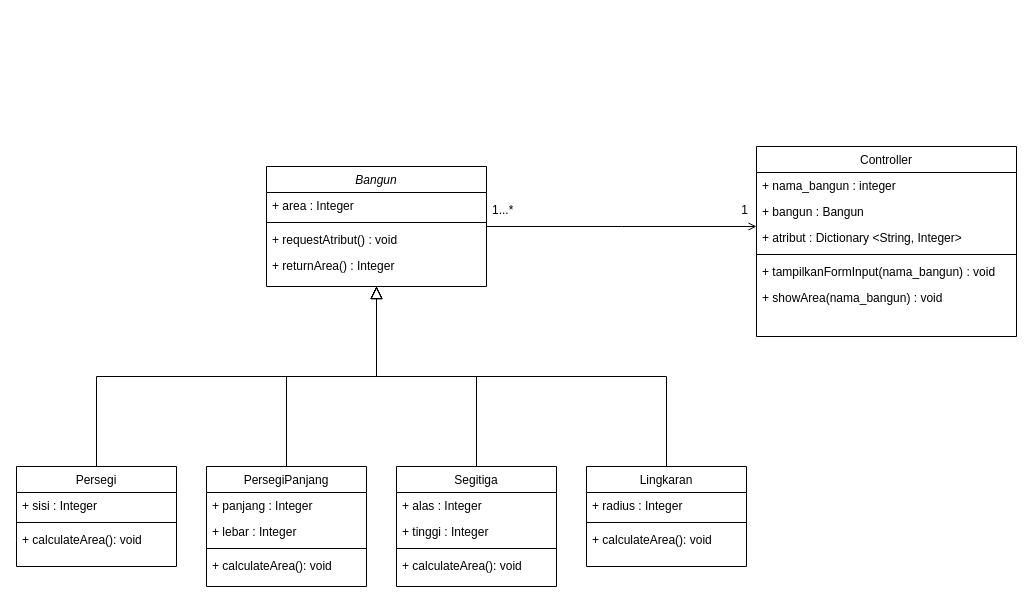
This is APS_tugas5.drawio from ahmrh/diagrams.net, a draw.io file, before an edit. Source tidied: cells renumbered, new cells numbered last; positions are measured from the earlier drawing's top-left corner, leaving out a move shared by most shapes. Both pictures are drawn from the tidied source at 100%, with x=0, y=0 at pixel (16, 146).
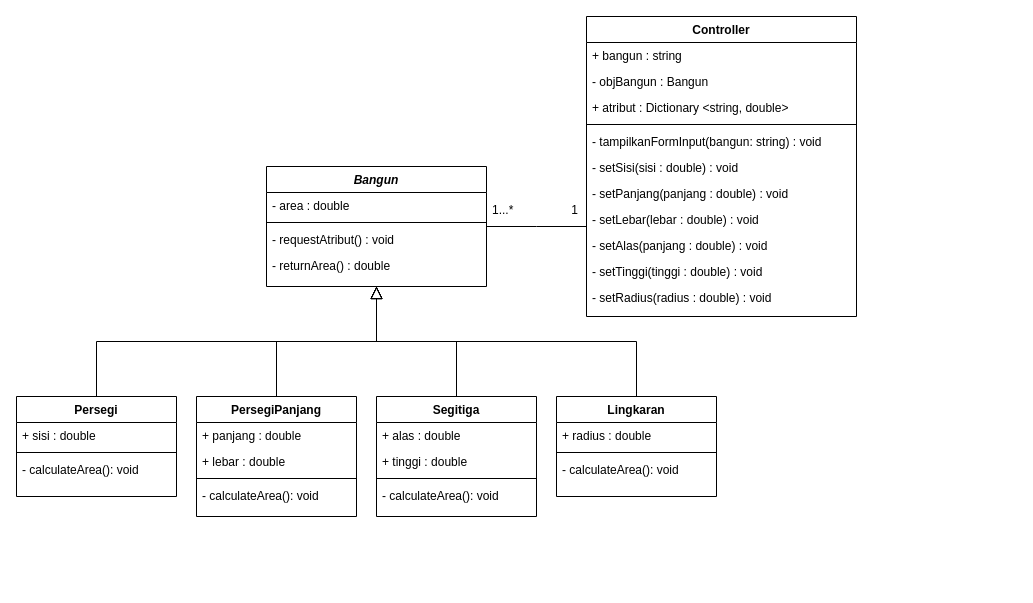
The same diagram, later.

Change to the diagram source:
```diff
@@
-    <mxCell id="2" value="PersegiPanjang" style="swimlane;fontStyle=0;align=center;verticalAlign=top;horizontal=1;startSize=26;rounded=0;shadow=0;strokeWidth=1;" parent="1" vertex="1">
-      <mxGeometry x="190" y="320" width="160" height="120" as="geometry" />
+    <mxCell id="2" value="PersegiPanjang" style="swimlane;fontStyle=1;align=center;verticalAlign=top;horizontal=1;startSize=26;rounded=0;shadow=0;strokeWidth=1;" parent="1" vertex="1">
+      <mxGeometry x="180" y="250" width="160" height="120" as="geometry" />
     </mxCell>
-    <mxCell id="3" value="+ panjang : Integer" style="text;align=left;verticalAlign=top;spacingLeft=4;spacingRight=4;overflow=hidden;" parent="2" vertex="1">
+    <mxCell id="3" value="+ panjang : double" style="text;align=left;verticalAlign=top;spacingLeft=4;spacingRight=4;overflow=hidden;" parent="2" vertex="1">
       <mxGeometry y="26" width="160" height="26" as="geometry" />
     </mxCell>
-    <mxCell id="4" value="+ lebar : Integer" style="text;align=left;verticalAlign=top;spacingLeft=4;spacingRight=4;overflow=hidden;" parent="2" vertex="1">
+    <mxCell id="4" value="+ lebar : double" style="text;align=left;verticalAlign=top;spacingLeft=4;spacingRight=4;overflow=hidden;" parent="2" vertex="1">
       <mxGeometry y="52" width="160" height="26" as="geometry" />
     </mxCell>
@@
-    <mxCell id="6" value="+ calculateArea(): void" style="text;align=left;verticalAlign=top;spacingLeft=4;spacingRight=4;overflow=hidden;fontStyle=0;" parent="2" vertex="1">
+    <mxCell id="6" value="- calculateArea(): void" style="text;align=left;verticalAlign=top;spacingLeft=4;spacingRight=4;overflow=hidden;fontStyle=0;" parent="2" vertex="1">
       <mxGeometry y="86" width="160" height="26" as="geometry" />
     </mxCell>
@@
-    <mxCell id="8" value="Controller" style="swimlane;fontStyle=0;align=center;verticalAlign=top;horizontal=1;startSize=26;rounded=0;shadow=0;strokeWidth=1;" parent="1" vertex="1">
-      <mxGeometry x="740" width="260" height="190" as="geometry" />
+    <mxCell id="8" value="Controller" style="swimlane;fontStyle=1;align=center;verticalAlign=top;horizontal=1;startSize=26;rounded=0;shadow=0;strokeWidth=1;" parent="1" vertex="1">
+      <mxGeometry x="570" y="-130" width="270" height="300" as="geometry" />
     </mxCell>
-    <mxCell id="9" value="+ nama_bangun : integer" style="text;align=left;verticalAlign=top;spacingLeft=4;spacingRight=4;overflow=hidden;" parent="8" vertex="1">
-      <mxGeometry y="26" width="260" height="26" as="geometry" />
-    </mxCell>
-    <mxCell id="10" value="+ bangun : Bangun" style="text;align=left;verticalAlign=top;spacingLeft=4;spacingRight=4;overflow=hidden;rounded=0;shadow=0;html=0;" parent="8" vertex="1">
-      <mxGeometry y="52" width="260" height="26" as="geometry" />
+    <mxCell id="10" value="+ bangun : string" style="text;align=left;verticalAlign=top;spacingLeft=4;spacingRight=4;overflow=hidden;rounded=0;shadow=0;html=0;" parent="8" vertex="1">
+      <mxGeometry y="26" width="270" height="26" as="geometry" />
     </mxCell>
+    <mxCell id="39" value="- objBangun : Bangun" style="text;align=left;verticalAlign=top;spacingLeft=4;spacingRight=4;overflow=hidden;rounded=0;shadow=0;html=0;" parent="8" vertex="1">
+      <mxGeometry y="52" width="270" height="26" as="geometry" />
+    </mxCell>
-    <mxCell id="11" value="+ atribut : Dictionary &lt;String, Integer&gt;" style="text;align=left;verticalAlign=top;spacingLeft=4;spacingRight=4;overflow=hidden;rounded=0;shadow=0;html=0;" parent="8" vertex="1">
-      <mxGeometry y="78" width="260" height="26" as="geometry" />
+    <mxCell id="11" value="+ atribut : Dictionary &lt;string, double&gt;" style="text;align=left;verticalAlign=top;spacingLeft=4;spacingRight=4;overflow=hidden;rounded=0;shadow=0;html=0;" parent="8" vertex="1">
+      <mxGeometry y="78" width="270" height="26" as="geometry" />
     </mxCell>
     <mxCell id="12" style="line;html=1;strokeWidth=1;align=left;verticalAlign=middle;spacingTop=-1;spacingLeft=3;spacingRight=3;labelPosition=right;" parent="8" vertex="1">
-      <mxGeometry y="104" width="260" height="8" as="geometry" />
+      <mxGeometry y="104" width="270" height="8" as="geometry" />
     </mxCell>
-    <mxCell id="13" value="+ tampilkanFormInput(nama_bangun) : void" style="text;align=left;verticalAlign=top;spacingLeft=4;spacingRight=4;overflow=hidden;" parent="8" vertex="1">
-      <mxGeometry y="112" width="260" height="26" as="geometry" />
+    <mxCell id="13" value="- tampilkanFormInput(bangun: string) : void" style="text;align=left;verticalAlign=top;spacingLeft=4;spacingRight=4;overflow=hidden;" parent="8" vertex="1">
+      <mxGeometry y="112" width="270" height="26" as="geometry" />
     </mxCell>
-    <mxCell id="14" value="+ showArea(nama_bangun) : void" style="text;align=left;verticalAlign=top;spacingLeft=4;spacingRight=4;overflow=hidden;" parent="8" vertex="1">
-      <mxGeometry y="138" width="260" height="26" as="geometry" />
+    <mxCell id="14" value="- setSisi(sisi : double) : void" style="text;align=left;verticalAlign=top;spacingLeft=4;spacingRight=4;overflow=hidden;" parent="8" vertex="1">
+      <mxGeometry y="138" width="270" height="26" as="geometry" />
     </mxCell>
+    <mxCell id="40" value="- setPanjang(panjang : double) : void" style="text;align=left;verticalAlign=top;spacingLeft=4;spacingRight=4;overflow=hidden;" parent="8" vertex="1">
+      <mxGeometry y="164" width="270" height="26" as="geometry" />
+    </mxCell>
+    <mxCell id="41" value="- setLebar(lebar : double) : void" style="text;align=left;verticalAlign=top;spacingLeft=4;spacingRight=4;overflow=hidden;" parent="8" vertex="1">
+      <mxGeometry y="190" width="270" height="26" as="geometry" />
+    </mxCell>
+    <mxCell id="42" value="- setAlas(panjang : double) : void" style="text;align=left;verticalAlign=top;spacingLeft=4;spacingRight=4;overflow=hidden;" parent="8" vertex="1">
+      <mxGeometry y="216" width="270" height="26" as="geometry" />
+    </mxCell>
+    <mxCell id="43" value="- setTinggi(tinggi : double) : void" style="text;align=left;verticalAlign=top;spacingLeft=4;spacingRight=4;overflow=hidden;" parent="8" vertex="1">
+      <mxGeometry y="242" width="270" height="26" as="geometry" />
+    </mxCell>
+    <mxCell id="44" value="- setRadius(radius : double) : void" style="text;align=left;verticalAlign=top;spacingLeft=4;spacingRight=4;overflow=hidden;" parent="8" vertex="1">
+      <mxGeometry y="268" width="270" height="26" as="geometry" />
+    </mxCell>
-    <mxCell id="15" style="endArrow=open;shadow=0;strokeWidth=1;rounded=0;endFill=1;edgeStyle=elbowEdgeStyle;elbow=vertical;" parent="1" edge="1" source="24" target="8">
+    <mxCell id="15" style="endArrow=none;shadow=0;strokeWidth=1;rounded=0;endFill=0;edgeStyle=elbowEdgeStyle;elbow=vertical;" parent="1" edge="1" source="24" target="8">
       <mxGeometry x="0.5" y="41" relative="1" as="geometry">
         <mxPoint x="-40" y="32" as="offset" />
       </mxGeometry>
     </mxCell>
@@
-    <mxCell id="18" value="Segitiga" style="swimlane;fontStyle=0;align=center;verticalAlign=top;horizontal=1;startSize=26;rounded=0;shadow=0;strokeWidth=1;" parent="1" vertex="1">
-      <mxGeometry x="380" y="320" width="160" height="120" as="geometry" />
+    <mxCell id="18" value="Segitiga" style="swimlane;fontStyle=1;align=center;verticalAlign=top;horizontal=1;startSize=26;rounded=0;shadow=0;strokeWidth=1;" parent="1" vertex="1">
+      <mxGeometry x="360" y="250" width="160" height="120" as="geometry" />
     </mxCell>
-    <mxCell id="19" value="+ alas : Integer" style="text;align=left;verticalAlign=top;spacingLeft=4;spacingRight=4;overflow=hidden;" parent="18" vertex="1">
+    <mxCell id="19" value="+ alas : double" style="text;align=left;verticalAlign=top;spacingLeft=4;spacingRight=4;overflow=hidden;" parent="18" vertex="1">
       <mxGeometry y="26" width="160" height="26" as="geometry" />
     </mxCell>
-    <mxCell id="20" value="+ tinggi : Integer" style="text;align=left;verticalAlign=top;spacingLeft=4;spacingRight=4;overflow=hidden;" parent="18" vertex="1">
+    <mxCell id="20" value="+ tinggi : double" style="text;align=left;verticalAlign=top;spacingLeft=4;spacingRight=4;overflow=hidden;" parent="18" vertex="1">
       <mxGeometry y="52" width="160" height="26" as="geometry" />
     </mxCell>
@@
-    <mxCell id="22" value="+ calculateArea(): void" style="text;align=left;verticalAlign=top;spacingLeft=4;spacingRight=4;overflow=hidden;fontStyle=0;" parent="18" vertex="1">
+    <mxCell id="22" value="- calculateArea(): void" style="text;align=left;verticalAlign=top;spacingLeft=4;spacingRight=4;overflow=hidden;fontStyle=0;" parent="18" vertex="1">
       <mxGeometry y="86" width="160" height="26" as="geometry" />
     </mxCell>
@@
-    <mxCell id="24" value="Bangun" style="swimlane;fontStyle=2;align=center;verticalAlign=top;horizontal=1;startSize=26;rounded=0;shadow=0;strokeWidth=1;" parent="1" vertex="1">
+    <mxCell id="24" value="Bangun" style="swimlane;fontStyle=3;align=center;verticalAlign=top;horizontal=1;startSize=26;rounded=0;shadow=0;strokeWidth=1;" parent="1" vertex="1">
       <mxGeometry x="250" y="20" width="220" height="120" as="geometry" />
     </mxCell>
-    <mxCell id="25" value="+ area : Integer" style="text;align=left;verticalAlign=top;spacingLeft=4;spacingRight=4;overflow=hidden;" parent="24" vertex="1">
+    <mxCell id="25" value="- area : double" style="text;align=left;verticalAlign=top;spacingLeft=4;spacingRight=4;overflow=hidden;" parent="24" vertex="1">
       <mxGeometry y="26" width="220" height="26" as="geometry" />
     </mxCell>
@@
-    <mxCell id="27" value="+ requestAtribut() : void" style="text;align=left;verticalAlign=top;spacingLeft=4;spacingRight=4;overflow=hidden;" parent="24" vertex="1">
+    <mxCell id="27" value="- requestAtribut() : void" style="text;align=left;verticalAlign=top;spacingLeft=4;spacingRight=4;overflow=hidden;" parent="24" vertex="1">
       <mxGeometry y="60" width="220" height="26" as="geometry" />
     </mxCell>
-    <mxCell id="28" value="+ returnArea() : Integer" style="text;align=left;verticalAlign=top;spacingLeft=4;spacingRight=4;overflow=hidden;" parent="24" vertex="1">
+    <mxCell id="28" value="- returnArea() : double" style="text;align=left;verticalAlign=top;spacingLeft=4;spacingRight=4;overflow=hidden;" parent="24" vertex="1">
       <mxGeometry y="86" width="220" height="26" as="geometry" />
     </mxCell>
-    <mxCell id="29" value="Persegi" style="swimlane;fontStyle=0;align=center;verticalAlign=top;horizontal=1;startSize=26;rounded=0;shadow=0;strokeWidth=1;" parent="1" vertex="1">
-      <mxGeometry y="320" width="160" height="100" as="geometry" />
+    <mxCell id="29" value="Persegi" style="swimlane;fontStyle=1;align=center;verticalAlign=top;horizontal=1;startSize=26;rounded=0;shadow=0;strokeWidth=1;" parent="1" vertex="1">
+      <mxGeometry y="250" width="160" height="100" as="geometry" />
     </mxCell>
-    <mxCell id="30" value="+ sisi : Integer" style="text;align=left;verticalAlign=top;spacingLeft=4;spacingRight=4;overflow=hidden;rounded=0;shadow=0;html=0;" parent="29" vertex="1">
+    <mxCell id="30" value="+ sisi : double" style="text;align=left;verticalAlign=top;spacingLeft=4;spacingRight=4;overflow=hidden;rounded=0;shadow=0;html=0;" parent="29" vertex="1">
       <mxGeometry y="26" width="160" height="26" as="geometry" />
     </mxCell>
@@
-    <mxCell id="32" value="+ calculateArea(): void" style="text;align=left;verticalAlign=top;spacingLeft=4;spacingRight=4;overflow=hidden;fontStyle=0;" parent="29" vertex="1">
+    <mxCell id="32" value="- calculateArea(): void" style="text;align=left;verticalAlign=top;spacingLeft=4;spacingRight=4;overflow=hidden;fontStyle=0;" parent="29" vertex="1">
       <mxGeometry y="60" width="160" height="26" as="geometry" />
     </mxCell>
-    <mxCell id="33" value="Lingkaran" style="swimlane;fontStyle=0;align=center;verticalAlign=top;horizontal=1;startSize=26;rounded=0;shadow=0;strokeWidth=1;" parent="1" vertex="1">
-      <mxGeometry x="570" y="320" width="160" height="100" as="geometry" />
+    <mxCell id="33" value="Lingkaran" style="swimlane;fontStyle=1;align=center;verticalAlign=top;horizontal=1;startSize=26;rounded=0;shadow=0;strokeWidth=1;" parent="1" vertex="1">
+      <mxGeometry x="540" y="250" width="160" height="100" as="geometry" />
     </mxCell>
-    <mxCell id="34" value="+ radius : Integer" style="text;align=left;verticalAlign=top;spacingLeft=4;spacingRight=4;overflow=hidden;" parent="33" vertex="1">
+    <mxCell id="34" value="+ radius : double" style="text;align=left;verticalAlign=top;spacingLeft=4;spacingRight=4;overflow=hidden;" parent="33" vertex="1">
       <mxGeometry y="26" width="160" height="26" as="geometry" />
     </mxCell>
@@
-    <mxCell id="36" value="+ calculateArea(): void" style="text;align=left;verticalAlign=top;spacingLeft=4;spacingRight=4;overflow=hidden;fontStyle=0;" parent="33" vertex="1">
+    <mxCell id="36" value="- calculateArea(): void" style="text;align=left;verticalAlign=top;spacingLeft=4;spacingRight=4;overflow=hidden;fontStyle=0;" parent="33" vertex="1">
       <mxGeometry y="60" width="160" height="26" as="geometry" />
     </mxCell>
```
